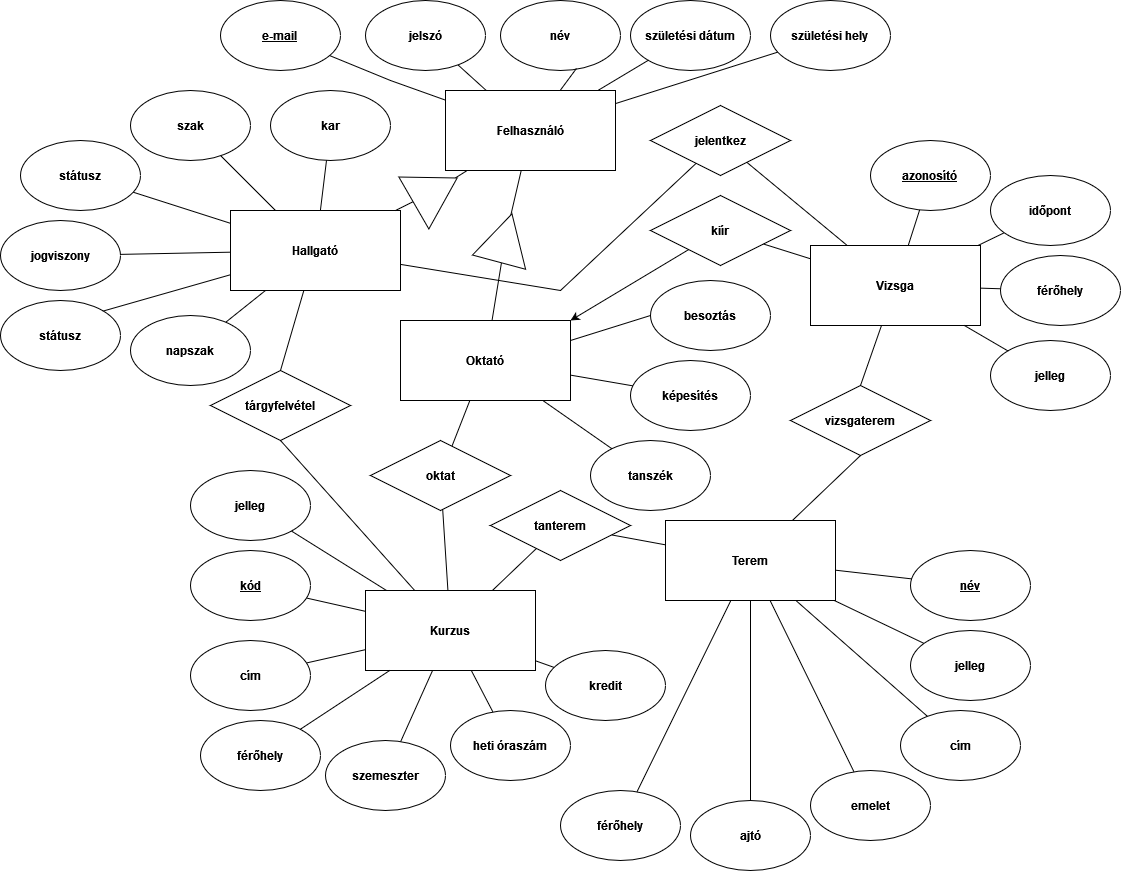
Above: M1/ETK.png in farkasp1050/banana (draw.io), before the change. Source tidied: cells renumbered, new cells last; positions are measured from the earlier drawing's top-left corner, leaving out a move shared by most shapes.
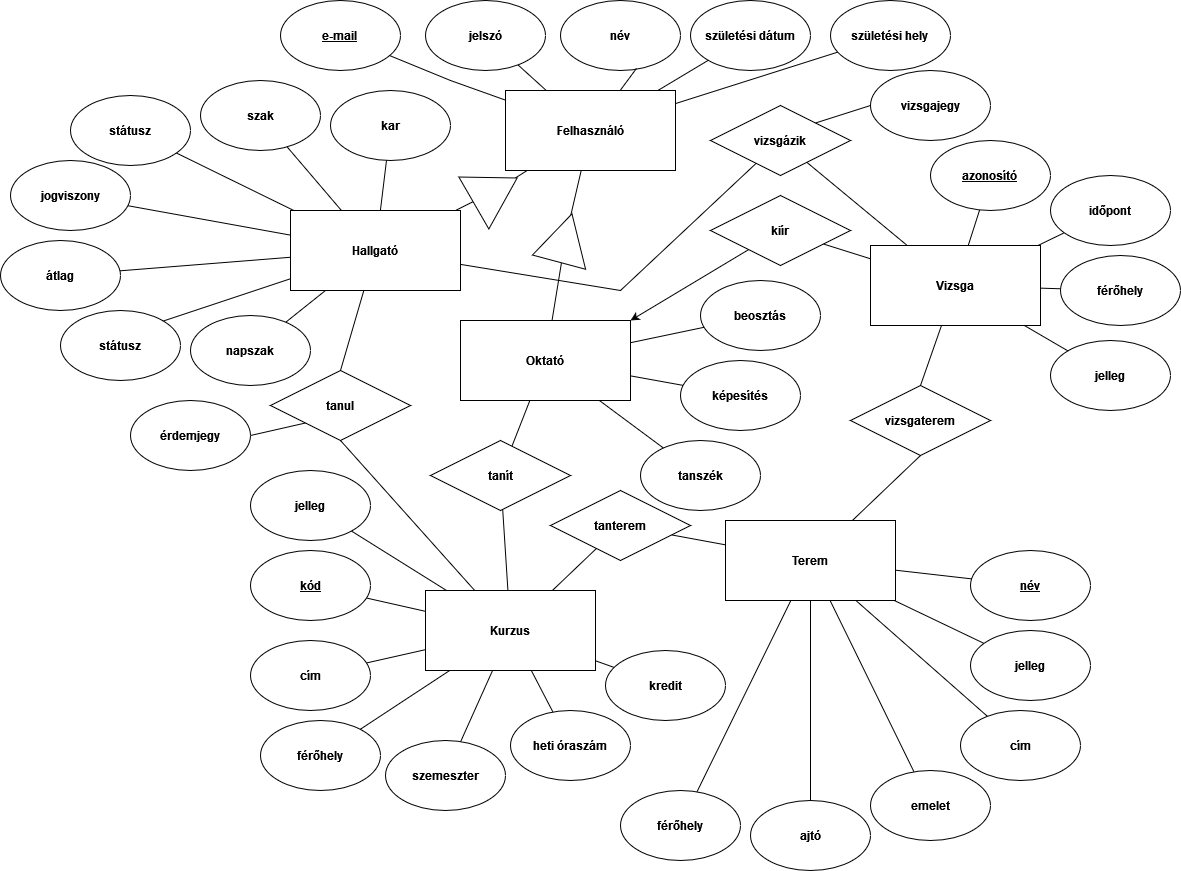
Later version of the same file.

Commit message:
ETK kiegészítése.

What changed in the source:
```diff
@@ -18,10 +18,10 @@
       <mxGeometry x="770" width="120" height="70" as="geometry" />
     </mxCell>
     <mxCell id="7" value="&lt;b&gt;jogviszony&lt;/b&gt;" style="ellipse;whiteSpace=wrap;html=1;" parent="1" vertex="1">
-      <mxGeometry y="220" width="120" height="70" as="geometry" />
+      <mxGeometry x="-50" y="160" width="120" height="70" as="geometry" />
     </mxCell>
     <mxCell id="8" value="&lt;b&gt;szak&lt;/b&gt;" style="ellipse;whiteSpace=wrap;html=1;" parent="1" vertex="1">
-      <mxGeometry x="130" y="90" width="120" height="70" as="geometry" />
+      <mxGeometry x="140" y="80" width="120" height="70" as="geometry" />
     </mxCell>
     <mxCell id="9" style="endArrow=none;html=1;rounded=0;" parent="1" edge="1" source="46" target="7">
       <mxGeometry relative="1" as="geometry" />
@@ -158,7 +158,7 @@
     <mxCell id="53" style="triangle;whiteSpace=wrap;html=1;rotation=-30;" parent="1" vertex="1">
       <mxGeometry x="410" y="160" width="50" height="60" as="geometry" />
     </mxCell>
-    <mxCell id="54" value="&lt;b&gt;oktat&lt;/b&gt;" style="rhombus;whiteSpace=wrap;html=1;" parent="1" vertex="1">
+    <mxCell id="54" value="&lt;b&gt;tanít&lt;/b&gt;" style="rhombus;whiteSpace=wrap;html=1;" parent="1" vertex="1">
       <mxGeometry x="370" y="440" width="140" height="70" as="geometry" />
     </mxCell>
     <mxCell id="55" style="endArrow=none;html=1;rounded=0;" parent="1" edge="1" source="15" target="54">
@@ -173,7 +173,7 @@
     <mxCell id="58" style="endArrow=none;html=1;rounded=0;" parent="1" edge="1" source="16" target="56">
       <mxGeometry relative="1" as="geometry" />
     </mxCell>
-    <mxCell id="59" value="&lt;b&gt;jelentkez&lt;/b&gt;" style="rhombus;whiteSpace=wrap;html=1;" parent="1" vertex="1">
+    <mxCell id="59" value="&lt;b&gt;vizsgázik&lt;/b&gt;" style="rhombus;whiteSpace=wrap;html=1;" parent="1" vertex="1">
       <mxGeometry x="650" y="105" width="140" height="70" as="geometry" />
     </mxCell>
     <mxCell id="60" style="endArrow=none;html=1;rounded=0;" parent="1" edge="1" source="46" target="59">
@@ -192,7 +192,7 @@
     <mxCell id="63" value="&lt;b&gt;tanterem&lt;/b&gt;" style="rhombus;whiteSpace=wrap;html=1;" parent="1" vertex="1">
       <mxGeometry x="490" y="490" width="140" height="70" as="geometry" />
     </mxCell>
-    <mxCell id="64" value="&lt;b&gt;tárgyfelvétel&lt;/b&gt;" style="rhombus;whiteSpace=wrap;html=1;" parent="1" vertex="1">
+    <mxCell id="64" value="&lt;b&gt;tanul&lt;/b&gt;" style="rhombus;whiteSpace=wrap;html=1;" parent="1" vertex="1">
       <mxGeometry x="210" y="370" width="140" height="70" as="geometry" />
     </mxCell>
     <mxCell id="65" style="endArrow=none;html=1;rounded=0;exitX=0.5;exitY=0;exitDx=0;exitDy=0;" parent="1" edge="1" source="64" target="46">
@@ -229,7 +229,7 @@
       <mxGeometry relative="1" as="geometry" />
     </mxCell>
     <mxCell id="76" value="&lt;b&gt;státusz&lt;/b&gt;" style="ellipse;whiteSpace=wrap;html=1;" parent="1" vertex="1">
-      <mxGeometry x="20" y="140" width="120" height="70" as="geometry" />
+      <mxGeometry x="10" y="95" width="120" height="70" as="geometry" />
     </mxCell>
     <mxCell id="77" style="endArrow=none;html=1;rounded=0;" parent="1" edge="1" source="46" target="76">
       <mxGeometry relative="1" as="geometry" />
@@ -250,13 +250,13 @@
       <mxGeometry relative="1" as="geometry" />
     </mxCell>
     <mxCell id="83" value="&lt;b&gt;képesítés&lt;/b&gt;" style="ellipse;whiteSpace=wrap;html=1;" parent="1" vertex="1">
-      <mxGeometry x="630" y="360" width="120" height="70" as="geometry" />
+      <mxGeometry x="620" y="360" width="120" height="70" as="geometry" />
     </mxCell>
     <mxCell id="84" style="endArrow=none;html=1;rounded=0;" parent="1" edge="1" source="47" target="83">
       <mxGeometry relative="1" as="geometry" />
     </mxCell>
     <mxCell id="85" value="&lt;b&gt;tanszék&lt;/b&gt;" style="ellipse;whiteSpace=wrap;html=1;" parent="1" vertex="1">
-      <mxGeometry x="590" y="440" width="120" height="70" as="geometry" />
+      <mxGeometry x="580" y="440" width="120" height="70" as="geometry" />
     </mxCell>
     <mxCell id="86" style="endArrow=none;html=1;rounded=0;" parent="1" edge="1" source="47" target="85">
       <mxGeometry relative="1" as="geometry" />
@@ -269,7 +269,7 @@
       </mxGeometry>
     </mxCell>
     <mxCell id="88" value="&lt;b&gt;státusz&lt;/b&gt;" style="ellipse;whiteSpace=wrap;html=1;" parent="1" vertex="1">
-      <mxGeometry y="300" width="120" height="70" as="geometry" />
+      <mxGeometry y="310" width="120" height="70" as="geometry" />
     </mxCell>
     <mxCell id="89" style="endArrow=none;html=1;rounded=0;entryX=1;entryY=0;entryDx=0;entryDy=0;" parent="1" edge="1" source="46" target="88">
       <mxGeometry relative="1" as="geometry" />
@@ -280,11 +280,29 @@
     <mxCell id="91" style="endArrow=none;html=1;rounded=0;" parent="1" edge="1" source="46" target="90">
       <mxGeometry relative="1" as="geometry" />
     </mxCell>
-    <mxCell id="92" value="&lt;b&gt;besoztás&lt;/b&gt;" style="ellipse;whiteSpace=wrap;html=1;" parent="1" vertex="1">
-      <mxGeometry x="650" y="280" width="120" height="70" as="geometry" />
-    </mxCell>
-    <mxCell id="93" style="endArrow=none;html=1;rounded=0;exitX=1;exitY=0.25;exitDx=0;exitDy=0;entryX=0;entryY=0.5;entryDx=0;entryDy=0;" parent="1" edge="1" source="47" target="92">
-      <mxGeometry relative="1" as="geometry" />
-    </mxCell>
+    <mxCell id="94" value="&lt;b&gt;átlag&lt;/b&gt;" style="ellipse;whiteSpace=wrap;html=1;" parent="1" vertex="1">
+      <mxGeometry x="-60" y="240" width="120" height="70" as="geometry" />
+    </mxCell>
+    <mxCell id="95" style="endArrow=none;html=1;rounded=0;" parent="1" edge="1" source="46" target="94">
+      <mxGeometry relative="1" as="geometry" />
+    </mxCell>
+    <mxCell id="96" value="&lt;b&gt;beosztás&lt;/b&gt;" style="ellipse;whiteSpace=wrap;html=1;" parent="1" vertex="1">
+      <mxGeometry x="640" y="280" width="120" height="70" as="geometry" />
+    </mxCell>
+    <mxCell id="97" style="endArrow=none;html=1;rounded=0;" parent="1" edge="1" source="47" target="96">
+      <mxGeometry relative="1" as="geometry" />
+    </mxCell>
+    <mxCell id="98" value="&lt;b&gt;vizsgajegy&lt;/b&gt;" style="ellipse;whiteSpace=wrap;html=1;" parent="1" vertex="1">
+      <mxGeometry x="810" y="70" width="120" height="70" as="geometry" />
+    </mxCell>
+    <mxCell id="99" style="endArrow=none;html=1;rounded=0;exitX=1;exitY=0;exitDx=0;exitDy=0;entryX=0;entryY=0.5;entryDx=0;entryDy=0;" parent="1" edge="1" source="59" target="98">
+      <mxGeometry relative="1" as="geometry" />
+    </mxCell>
+    <mxCell id="100" value="&lt;b&gt;érdemjegy&lt;/b&gt;" style="ellipse;whiteSpace=wrap;html=1;" parent="1" vertex="1">
+      <mxGeometry x="70" y="400" width="120" height="70" as="geometry" />
+    </mxCell>
+    <mxCell id="101" style="endArrow=none;html=1;rounded=0;entryX=1;entryY=0.5;entryDx=0;entryDy=0;exitX=0;exitY=1;exitDx=0;exitDy=0;" parent="1" edge="1" source="64" target="100">
+      <mxGeometry relative="1" as="geometry" />
+    </mxCell>
   </root>
 </mxGraphModel>
```
